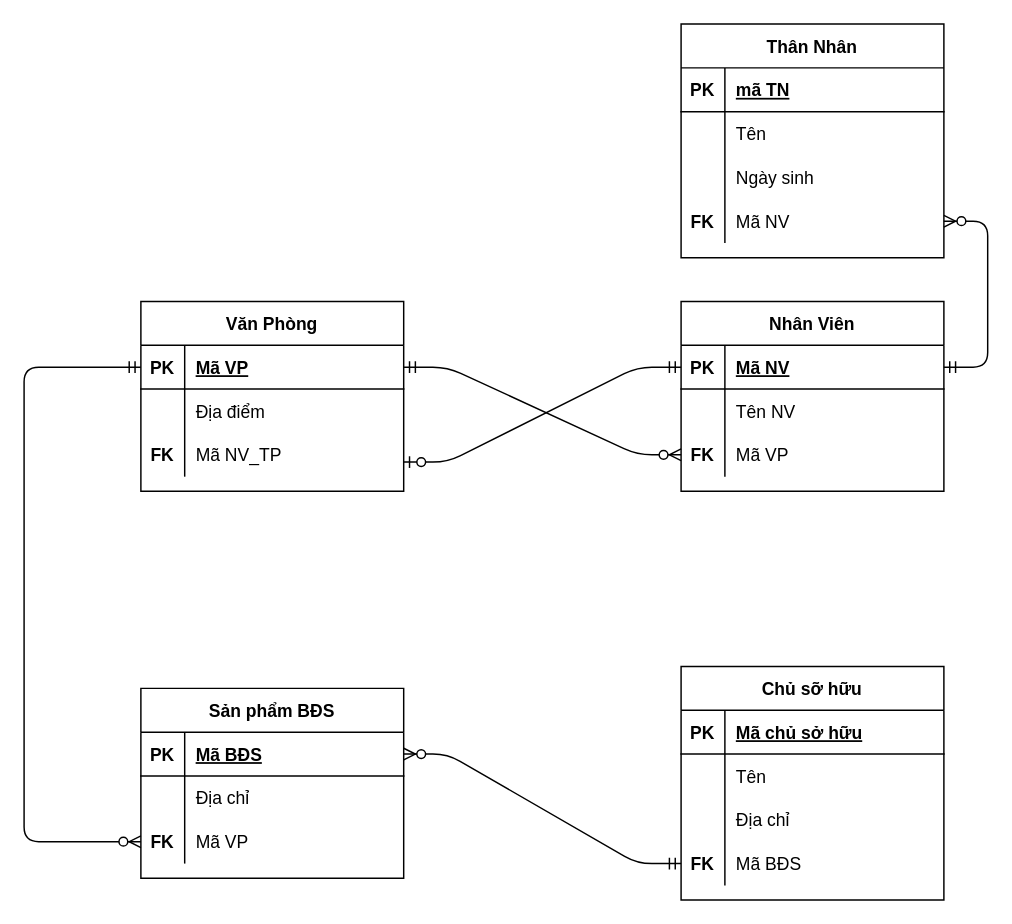
Before: page "Page-2" (2 of 2) of Lab3.drawio in hieuhoang25/MyClock, a draw.io diagram. Source tidied: cells renumbered, new cells numbered last; positions are measured from the earlier drawing's top-left corner, leaving out a move shared by most shapes. Both pictures are drawn from the tidied source at 146%, with x=0, y=0 at pixel (23, 23).
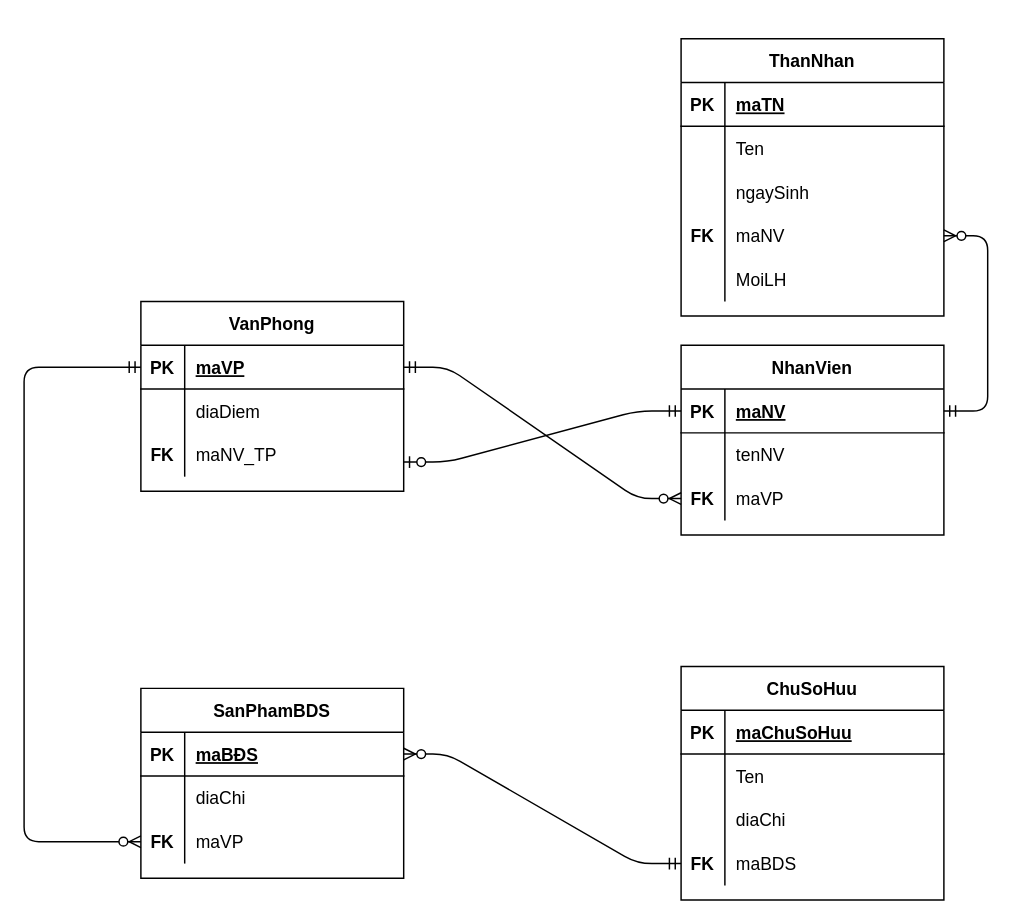
The same diagram, later.

Unchanged cells that the change refers to:
```xml
<mxCell id="3" style="shape=partialRectangle;fillColor=none;top=0;left=0;bottom=1;right=0;points=[[0,0.5],[1,0.5]];portConstraint=eastwest;" parent="2" vertex="1">
  <mxGeometry y="30" width="180" height="30" as="geometry" />
</mxCell>
<mxCell id="6" style="shape=partialRectangle;fillColor=none;top=0;left=0;bottom=0;right=0;" parent="2" vertex="1">
  <mxGeometry y="60" width="180" height="30" as="geometry" />
</mxCell>
<mxCell id="9" style="shape=partialRectangle;fillColor=none;top=0;left=0;bottom=0;right=0;points=[[0,0.5],[1,0.5]];portConstraint=eastwest;" parent="2" vertex="1">
  <mxGeometry y="90" width="180" height="30" as="geometry" />
</mxCell>
<mxCell id="13" style="shape=partialRectangle;fillColor=none;top=0;left=0;bottom=1;right=0;points=[[0,0.5],[1,0.5]];portConstraint=eastwest;" parent="12" vertex="1">
  <mxGeometry y="30" width="180" height="30" as="geometry" />
</mxCell>
<mxCell id="16" style="shape=partialRectangle;fillColor=none;top=0;left=0;bottom=0;right=0;" parent="12" vertex="1">
  <mxGeometry y="60" width="180" height="30" as="geometry" />
</mxCell>
<mxCell id="19" style="shape=partialRectangle;fillColor=none;top=0;left=0;bottom=0;right=0;points=[[0,0.5],[1,0.5]];portConstraint=eastwest;" parent="12" vertex="1">
  <mxGeometry y="90" width="180" height="30" as="geometry" />
</mxCell>
<mxCell id="23" style="shape=partialRectangle;fillColor=none;top=0;left=0;bottom=1;right=0;" parent="22" vertex="1">
  <mxGeometry y="30" width="180" height="30" as="geometry" />
</mxCell>
<mxCell id="26" style="shape=partialRectangle;fillColor=none;top=0;left=0;bottom=0;right=0;" parent="22" vertex="1">
  <mxGeometry y="60" width="180" height="30" as="geometry" />
</mxCell>
<mxCell id="29" style="shape=partialRectangle;fillColor=none;top=0;left=0;bottom=0;right=0;" parent="22" vertex="1">
  <mxGeometry y="90" width="180" height="30" as="geometry" />
</mxCell>
<mxCell id="32" style="shape=partialRectangle;fillColor=none;top=0;left=0;bottom=0;right=0;points=[[0,0.5],[1,0.5]];portConstraint=eastwest;" parent="22" vertex="1">
  <mxGeometry y="120" width="180" height="30" as="geometry" />
</mxCell>
<mxCell id="36" style="shape=partialRectangle;fillColor=none;top=0;left=0;bottom=1;right=0;points=[[0,0.5],[1,0.5]];portConstraint=eastwest;" parent="35" vertex="1">
  <mxGeometry y="30" width="180" height="30" as="geometry" />
</mxCell>
<mxCell id="39" style="shape=partialRectangle;fillColor=none;top=0;left=0;bottom=0;right=0;" parent="35" vertex="1">
  <mxGeometry y="60" width="180" height="30" as="geometry" />
</mxCell>
<mxCell id="42" style="shape=partialRectangle;fillColor=none;top=0;left=0;bottom=0;right=0;points=[[0,0.5],[1,0.5]];portConstraint=eastwest;" parent="35" vertex="1">
  <mxGeometry y="90" width="180" height="30" as="geometry" />
</mxCell>
<mxCell id="46" style="shape=partialRectangle;fillColor=none;top=0;left=0;bottom=1;right=0;" parent="45" vertex="1">
  <mxGeometry y="30" width="180" height="30" as="geometry" />
</mxCell>
<mxCell id="49" style="shape=partialRectangle;fillColor=none;top=0;left=0;bottom=0;right=0;" parent="45" vertex="1">
  <mxGeometry y="60" width="180" height="30" as="geometry" />
</mxCell>
<mxCell id="52" style="shape=partialRectangle;fillColor=none;top=0;left=0;bottom=0;right=0;" parent="45" vertex="1">
  <mxGeometry y="90" width="180" height="30" as="geometry" />
</mxCell>
<mxCell id="55" style="shape=partialRectangle;fillColor=none;top=0;left=0;bottom=0;right=0;points=[[0,0.5],[1,0.5]];portConstraint=eastwest;" parent="45" vertex="1">
  <mxGeometry y="120" width="180" height="30" as="geometry" />
</mxCell>
```

What changed in the source:
```diff
@@
-    <mxCell id="2" value="Văn Phòng" style="shape=table;startSize=30;childLayout=tableLayout;rowLines=0;fontStyle=1;align=center;" parent="1" vertex="1">
+    <mxCell id="2" value="VanPhong" style="shape=table;startSize=30;childLayout=tableLayout;rowLines=0;fontStyle=1;align=center;" parent="1" vertex="1">
       <mxGeometry x="80" y="190" width="180" height="130" as="geometry" />
     </mxCell>
@@
-    <mxCell id="5" value="Mã VP" style="shape=partialRectangle;fillColor=none;top=0;left=0;bottom=0;right=0;align=left;spacingLeft=6;fontStyle=5;overflow=hidden;" parent="3" vertex="1">
+    <mxCell id="5" value="maVP" style="shape=partialRectangle;fillColor=none;top=0;left=0;bottom=0;right=0;align=left;spacingLeft=6;fontStyle=5;overflow=hidden;" parent="3" vertex="1">
       <mxGeometry x="30" width="150" height="30" as="geometry" />
     </mxCell>
@@
-    <mxCell id="8" value="Địa điểm" style="shape=partialRectangle;fillColor=none;top=0;left=0;bottom=0;right=0;align=left;spacingLeft=6;overflow=hidden;" parent="6" vertex="1">
+    <mxCell id="8" value="diaDiem" style="shape=partialRectangle;fillColor=none;top=0;left=0;bottom=0;right=0;align=left;spacingLeft=6;overflow=hidden;" parent="6" vertex="1">
       <mxGeometry x="30" width="150" height="30" as="geometry" />
     </mxCell>
@@
-    <mxCell id="11" value="Mã NV_TP" style="shape=partialRectangle;fillColor=none;top=0;left=0;bottom=0;right=0;align=left;spacingLeft=6;overflow=hidden;" parent="9" vertex="1">
+    <mxCell id="11" value="maNV_TP" style="shape=partialRectangle;fillColor=none;top=0;left=0;bottom=0;right=0;align=left;spacingLeft=6;overflow=hidden;" parent="9" vertex="1">
       <mxGeometry x="30" width="150" height="30" as="geometry" />
     </mxCell>
-    <mxCell id="12" value="Nhân Viên" style="shape=table;startSize=30;childLayout=tableLayout;rowLines=0;fontStyle=1;align=center;" parent="1" vertex="1">
-      <mxGeometry x="450" y="190" width="180" height="130" as="geometry" />
+    <mxCell id="12" value="NhanVien" style="shape=table;startSize=30;childLayout=tableLayout;rowLines=0;fontStyle=1;align=center;" parent="1" vertex="1">
+      <mxGeometry x="450" y="220" width="180" height="130" as="geometry" />
     </mxCell>
@@
-    <mxCell id="15" value="Mã NV" style="shape=partialRectangle;fillColor=none;top=0;left=0;bottom=0;right=0;align=left;spacingLeft=6;fontStyle=5;overflow=hidden;" parent="13" vertex="1">
+    <mxCell id="15" value="maNV" style="shape=partialRectangle;fillColor=none;top=0;left=0;bottom=0;right=0;align=left;spacingLeft=6;fontStyle=5;overflow=hidden;" parent="13" vertex="1">
       <mxGeometry x="30" width="150" height="30" as="geometry" />
     </mxCell>
@@
-    <mxCell id="18" value="Tên NV" style="shape=partialRectangle;fillColor=none;top=0;left=0;bottom=0;right=0;align=left;spacingLeft=6;overflow=hidden;" parent="16" vertex="1">
+    <mxCell id="18" value="tenNV" style="shape=partialRectangle;fillColor=none;top=0;left=0;bottom=0;right=0;align=left;spacingLeft=6;overflow=hidden;" parent="16" vertex="1">
       <mxGeometry x="30" width="150" height="30" as="geometry" />
     </mxCell>
@@
-    <mxCell id="21" value="Mã VP" style="shape=partialRectangle;fillColor=none;top=0;left=0;bottom=0;right=0;align=left;spacingLeft=6;overflow=hidden;" parent="19" vertex="1">
+    <mxCell id="21" value="maVP" style="shape=partialRectangle;fillColor=none;top=0;left=0;bottom=0;right=0;align=left;spacingLeft=6;overflow=hidden;" parent="19" vertex="1">
       <mxGeometry x="30" width="150" height="30" as="geometry" />
     </mxCell>
-    <mxCell id="22" value="Chủ sỡ hữu" style="shape=table;startSize=30;childLayout=tableLayout;rowLines=0;fontStyle=1;align=center;" parent="1" vertex="1">
+    <mxCell id="22" value="ChuSoHuu" style="shape=table;startSize=30;childLayout=tableLayout;rowLines=0;fontStyle=1;align=center;" parent="1" vertex="1">
       <mxGeometry x="450" y="440" width="180" height="160" as="geometry" />
     </mxCell>
@@
-    <mxCell id="25" value="Mã chủ sở hữu" style="shape=partialRectangle;fillColor=none;top=0;left=0;bottom=0;right=0;align=left;spacingLeft=6;fontStyle=5;overflow=hidden;" parent="23" vertex="1">
+    <mxCell id="25" value="maChuSoHuu" style="shape=partialRectangle;fillColor=none;top=0;left=0;bottom=0;right=0;align=left;spacingLeft=6;fontStyle=5;overflow=hidden;" parent="23" vertex="1">
       <mxGeometry x="30" width="150" height="30" as="geometry" />
     </mxCell>
@@
-    <mxCell id="28" value="Tên" style="shape=partialRectangle;fillColor=none;top=0;left=0;bottom=0;right=0;align=left;spacingLeft=6;overflow=hidden;" parent="26" vertex="1">
+    <mxCell id="28" value="Ten" style="shape=partialRectangle;fillColor=none;top=0;left=0;bottom=0;right=0;align=left;spacingLeft=6;overflow=hidden;" parent="26" vertex="1">
       <mxGeometry x="30" width="150" height="30" as="geometry" />
     </mxCell>
@@
-    <mxCell id="31" value="Địa chỉ" style="shape=partialRectangle;fillColor=none;top=0;left=0;bottom=0;right=0;align=left;spacingLeft=6;overflow=hidden;" parent="29" vertex="1">
+    <mxCell id="31" value="diaChi" style="shape=partialRectangle;fillColor=none;top=0;left=0;bottom=0;right=0;align=left;spacingLeft=6;overflow=hidden;" parent="29" vertex="1">
       <mxGeometry x="30" width="150" height="30" as="geometry" />
     </mxCell>
@@
-    <mxCell id="34" value="Mã BĐS" style="shape=partialRectangle;fillColor=none;top=0;left=0;bottom=0;right=0;align=left;spacingLeft=6;overflow=hidden;" parent="32" vertex="1">
+    <mxCell id="34" value="maBDS" style="shape=partialRectangle;fillColor=none;top=0;left=0;bottom=0;right=0;align=left;spacingLeft=6;overflow=hidden;" parent="32" vertex="1">
       <mxGeometry x="30" width="150" height="30" as="geometry" />
     </mxCell>
-    <mxCell id="35" value="Sản phẩm BĐS" style="shape=table;startSize=30;childLayout=tableLayout;rowLines=0;fontStyle=1;align=center;" parent="1" vertex="1">
+    <mxCell id="35" value="SanPhamBDS" style="shape=table;startSize=30;childLayout=tableLayout;rowLines=0;fontStyle=1;align=center;" parent="1" vertex="1">
       <mxGeometry x="80" y="455" width="180" height="130" as="geometry" />
     </mxCell>
@@
-    <mxCell id="38" value="Mã BĐS" style="shape=partialRectangle;fillColor=none;top=0;left=0;bottom=0;right=0;align=left;spacingLeft=6;fontStyle=5;overflow=hidden;" parent="36" vertex="1">
+    <mxCell id="38" value="maBĐS" style="shape=partialRectangle;fillColor=none;top=0;left=0;bottom=0;right=0;align=left;spacingLeft=6;fontStyle=5;overflow=hidden;" parent="36" vertex="1">
       <mxGeometry x="30" width="150" height="30" as="geometry" />
     </mxCell>
@@
-    <mxCell id="41" value="Địa chỉ" style="shape=partialRectangle;fillColor=none;top=0;left=0;bottom=0;right=0;align=left;spacingLeft=6;overflow=hidden;" parent="39" vertex="1">
+    <mxCell id="41" value="diaChi" style="shape=partialRectangle;fillColor=none;top=0;left=0;bottom=0;right=0;align=left;spacingLeft=6;overflow=hidden;" parent="39" vertex="1">
       <mxGeometry x="30" width="150" height="30" as="geometry" />
     </mxCell>
@@
-    <mxCell id="44" value="Mã VP" style="shape=partialRectangle;fillColor=none;top=0;left=0;bottom=0;right=0;align=left;spacingLeft=6;overflow=hidden;" parent="42" vertex="1">
+    <mxCell id="44" value="maVP" style="shape=partialRectangle;fillColor=none;top=0;left=0;bottom=0;right=0;align=left;spacingLeft=6;overflow=hidden;" parent="42" vertex="1">
       <mxGeometry x="30" width="150" height="30" as="geometry" />
     </mxCell>
-    <mxCell id="45" value="Thân Nhân" style="shape=table;startSize=30;childLayout=tableLayout;rowLines=0;fontStyle=1;align=center;" parent="1" vertex="1">
-      <mxGeometry x="450" width="180" height="160" as="geometry" />
+    <mxCell id="45" value="ThanNhan" style="shape=table;startSize=30;childLayout=tableLayout;rowLines=0;fontStyle=1;align=center;" parent="1" vertex="1">
+      <mxGeometry x="450" y="10" width="180" height="190" as="geometry" />
     </mxCell>
@@
-    <mxCell id="48" value="mã TN" style="shape=partialRectangle;fillColor=none;top=0;left=0;bottom=0;right=0;align=left;spacingLeft=6;fontStyle=5;overflow=hidden;" parent="46" vertex="1">
+    <mxCell id="48" value="maTN" style="shape=partialRectangle;fillColor=none;top=0;left=0;bottom=0;right=0;align=left;spacingLeft=6;fontStyle=5;overflow=hidden;" parent="46" vertex="1">
       <mxGeometry x="30" width="150" height="30" as="geometry" />
     </mxCell>
@@
-    <mxCell id="51" value="Tên" style="shape=partialRectangle;fillColor=none;top=0;left=0;bottom=0;right=0;align=left;spacingLeft=6;overflow=hidden;" parent="49" vertex="1">
+    <mxCell id="51" value="Ten" style="shape=partialRectangle;fillColor=none;top=0;left=0;bottom=0;right=0;align=left;spacingLeft=6;overflow=hidden;" parent="49" vertex="1">
       <mxGeometry x="30" width="150" height="30" as="geometry" />
     </mxCell>
@@
-    <mxCell id="54" value="Ngày sinh" style="shape=partialRectangle;fillColor=none;top=0;left=0;bottom=0;right=0;align=left;spacingLeft=6;overflow=hidden;" parent="52" vertex="1">
+    <mxCell id="54" value="ngaySinh" style="shape=partialRectangle;fillColor=none;top=0;left=0;bottom=0;right=0;align=left;spacingLeft=6;overflow=hidden;" parent="52" vertex="1">
       <mxGeometry x="30" width="150" height="30" as="geometry" />
     </mxCell>
@@
-    <mxCell id="57" value="Mã NV" style="shape=partialRectangle;fillColor=none;top=0;left=0;bottom=0;right=0;align=left;spacingLeft=6;overflow=hidden;" parent="55" vertex="1">
+    <mxCell id="57" value="maNV" style="shape=partialRectangle;fillColor=none;top=0;left=0;bottom=0;right=0;align=left;spacingLeft=6;overflow=hidden;" parent="55" vertex="1">
       <mxGeometry x="30" width="150" height="30" as="geometry" />
     </mxCell>
+    <mxCell id="63" style="shape=partialRectangle;fillColor=none;top=0;left=0;bottom=0;right=0;" parent="45" vertex="1">
+      <mxGeometry y="150" width="180" height="30" as="geometry" />
+    </mxCell>
+    <mxCell id="64" style="shape=partialRectangle;fillColor=none;top=0;left=0;bottom=0;right=0;overflow=hidden;" parent="63" vertex="1">
+      <mxGeometry width="30" height="30" as="geometry" />
+    </mxCell>
+    <mxCell id="65" value="MoiLH" style="shape=partialRectangle;fillColor=none;top=0;left=0;bottom=0;right=0;align=left;spacingLeft=6;overflow=hidden;" parent="63" vertex="1">
+      <mxGeometry x="30" width="150" height="30" as="geometry" />
+    </mxCell>
```
